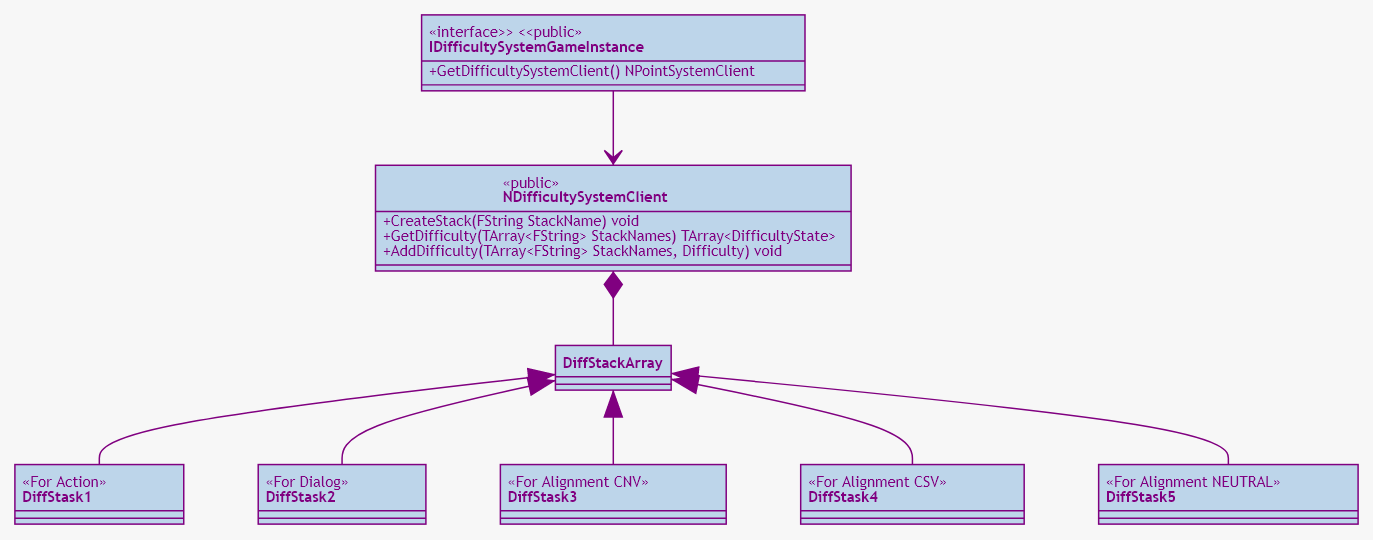
NansPellicari/UE4-FactorsFactory keeps this Mermaid diagram as Docs/Core/mermaid/client.png. Above is the earlier version. Its source is kept beside it as Docs/Core/mermaid/client.mmd. Source of this version:
```mermaid
classDiagram
IDifficultySystemGameInstance --> NDifficultySystemClient
NDifficultySystemClient *-- DiffStackArray
DiffStackArray <|.. DiffStask1
DiffStackArray <|.. DiffStask2
DiffStackArray <|.. DiffStask3
DiffStackArray <|.. DiffStask4
DiffStackArray <|.. DiffStask5

class DiffStask1 {
    &lt;&lt;For Action&gt;&gt;
}
class DiffStask2 {
    &lt;&lt;For Dialog&gt;&gt;
}
class DiffStask3 {
    &lt;&lt;For Alignment CNV&gt;&gt;
}
class DiffStask4 {
    &lt;&lt;For Alignment CSV&gt;&gt;
}
class DiffStask5 {
    &lt;&lt;For Alignment NEUTRAL&gt;&gt;
}

class IDifficultySystemGameInstance {
    &lt;&lt;interface&gt;&gt;  &lt;&lt;public&gt;&gt;
    +GetDifficultySystemClient() NPointSystemClient
}

class NDifficultySystemClient {
    &lt;&lt;public&gt;&gt;
    +CreateStack(FString StackName) void
    +GetDifficulty(TArray&lt;FString&gt; StackNames) TArray&lt;DifficultyState&gt;
    +AddDifficulty(TArray&lt;FString&gt; StackNames, Difficulty) void
}
```
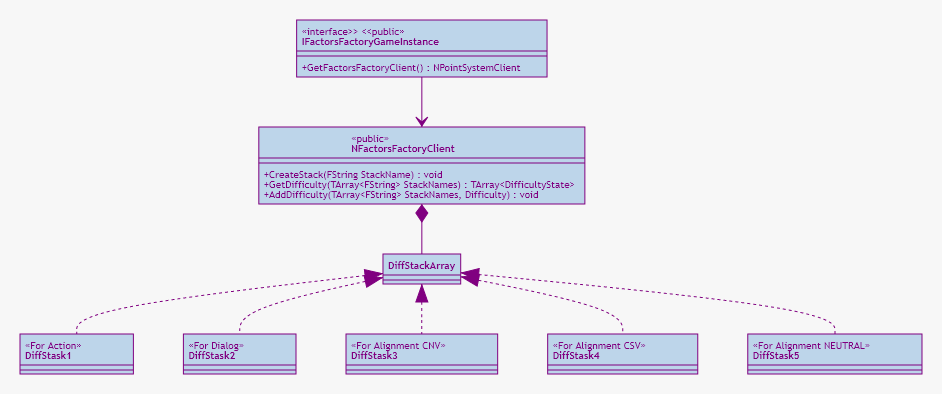
The same diagram one commit later.

Change to the diagram source:
```diff
@@ -1,6 +1,6 @@
 classDiagram
-IDifficultySystemGameInstance --> NDifficultySystemClient
-NDifficultySystemClient *-- DiffStackArray
+IFactorsFactoryGameInstance --> NFactorsFactoryClient
+NFactorsFactoryClient *-- DiffStackArray
 DiffStackArray <|.. DiffStask1
 DiffStackArray <|.. DiffStask2
 DiffStackArray <|.. DiffStask3
@@ -23,12 +23,12 @@
     &lt;&lt;For Alignment NEUTRAL&gt;&gt;
 }
 
-class IDifficultySystemGameInstance {
+class IFactorsFactoryGameInstance {
     &lt;&lt;interface&gt;&gt;  &lt;&lt;public&gt;&gt;
-    +GetDifficultySystemClient() NPointSystemClient
+    +GetFactorsFactoryClient() NPointSystemClient
 }
 
-class NDifficultySystemClient {
+class NFactorsFactoryClient {
     &lt;&lt;public&gt;&gt;
     +CreateStack(FString StackName) void
     +GetDifficulty(TArray&lt;FString&gt; StackNames) TArray&lt;DifficultyState&gt;
```
